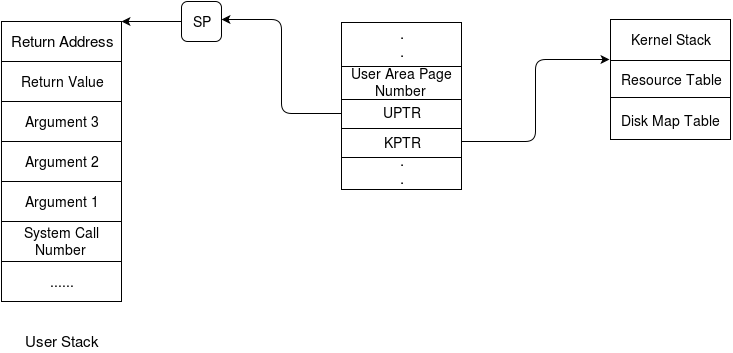
Above: img/sys_call_b4_ret.png in eXpOSNitc/eXpOSNitc.github.io (draw.io), before the change. Source tidied: cells renumbered, new cells last; positions are measured from the earlier drawing's top-left corner, leaving out a move shared by most shapes.
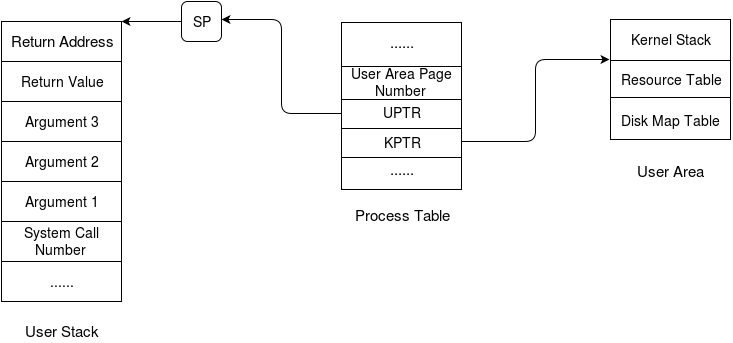
After the commit.

What changed in the source:
```diff
@@ -66,7 +66,7 @@
       <mxGeometry x="180" width="40" height="40" as="geometry" />
     </mxCell>
     <mxCell id="17" value="User Stack&lt;br&gt;" style="text;html=1;strokeColor=none;fillColor=none;align=center;verticalAlign=middle;whiteSpace=wrap;overflow=hidden;fontSize=15;" parent="1" vertex="1">
-      <mxGeometry y="330" width="120" height="20" as="geometry" />
+      <mxGeometry y="320" width="120" height="20" as="geometry" />
     </mxCell>
     <mxCell id="18" style="endArrow=none;html=1;fontSize=14;" parent="1" edge="1">
       <mxGeometry x="40" y="120" as="geometry">
@@ -98,10 +98,10 @@
         <mxPoint x="460" y="98" as="targetPoint" />
       </mxGeometry>
     </mxCell>
-    <mxCell id="24" value=".&lt;br&gt;.&lt;br&gt;" style="text;html=1;strokeColor=none;fillColor=none;align=center;verticalAlign=middle;whiteSpace=wrap;overflow=hidden;fontSize=15;" parent="1" vertex="1">
+    <mxCell id="24" value="......" style="text;html=1;strokeColor=none;fillColor=none;align=center;verticalAlign=middle;whiteSpace=wrap;overflow=hidden;fontSize=15;" parent="1" vertex="1">
       <mxGeometry x="380" y="21" width="40" height="40" as="geometry" />
     </mxCell>
-    <mxCell id="25" value=".&lt;br&gt;.&lt;br&gt;" style="text;html=1;strokeColor=none;fillColor=none;align=center;verticalAlign=middle;whiteSpace=wrap;overflow=hidden;fontSize=15;" parent="1" vertex="1">
+    <mxCell id="25" value="......" style="text;html=1;strokeColor=none;fillColor=none;align=center;verticalAlign=middle;whiteSpace=wrap;overflow=hidden;fontSize=15;" parent="1" vertex="1">
       <mxGeometry x="380" y="148" width="40" height="40" as="geometry" />
     </mxCell>
     <mxCell id="26" value="UPTR" style="text;html=1;strokeColor=none;fillColor=none;align=center;verticalAlign=middle;whiteSpace=wrap;overflow=hidden;fontSize=14;" parent="1" vertex="1">
@@ -154,5 +154,11 @@
         <mxPoint x="460" y="140" as="sourcePoint" />
       </mxGeometry>
     </mxCell>
+    <mxCell id="38" value="Process Table&lt;br&gt;" style="text;html=1;strokeColor=none;fillColor=none;align=center;verticalAlign=middle;whiteSpace=wrap;overflow=hidden;fontSize=15;" parent="1" vertex="1">
+      <mxGeometry x="340" y="204" width="120" height="20" as="geometry" />
+    </mxCell>
+    <mxCell id="39" value="User Area&lt;br&gt;" style="text;html=1;strokeColor=none;fillColor=none;align=center;verticalAlign=middle;whiteSpace=wrap;overflow=hidden;fontSize=15;" parent="1" vertex="1">
+      <mxGeometry x="608" y="160" width="120" height="20" as="geometry" />
+    </mxCell>
   </root>
 </mxGraphModel>
```
